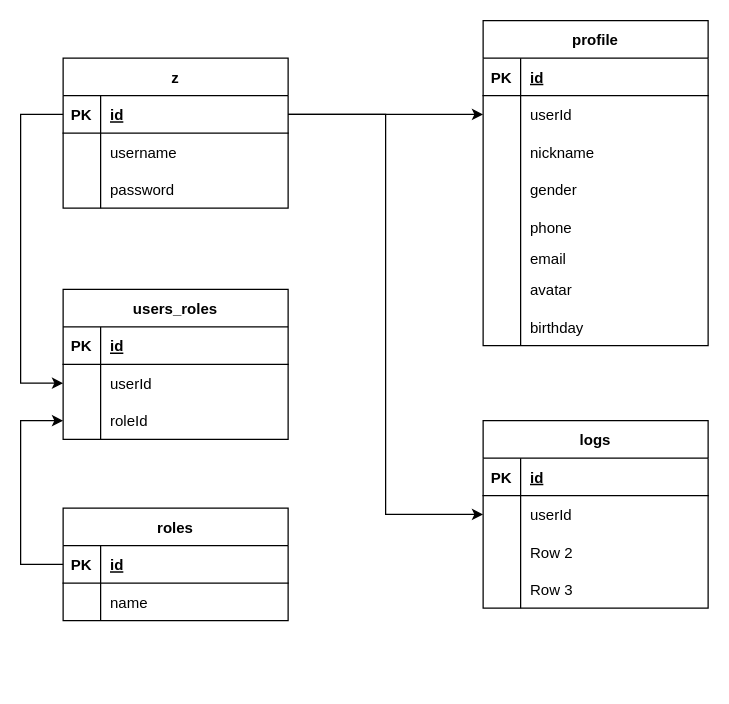
Earlier version of the draw.io diagram 未命名绘图.drawio (iceagejs/server). Source tidied: cells renumbered, new cells numbered last; positions are measured from the earlier drawing's top-left corner, leaving out a move shared by most shapes. Both pictures are drawn from the tidied source at 125%, with x=0, y=0 at pixel (20, 20).
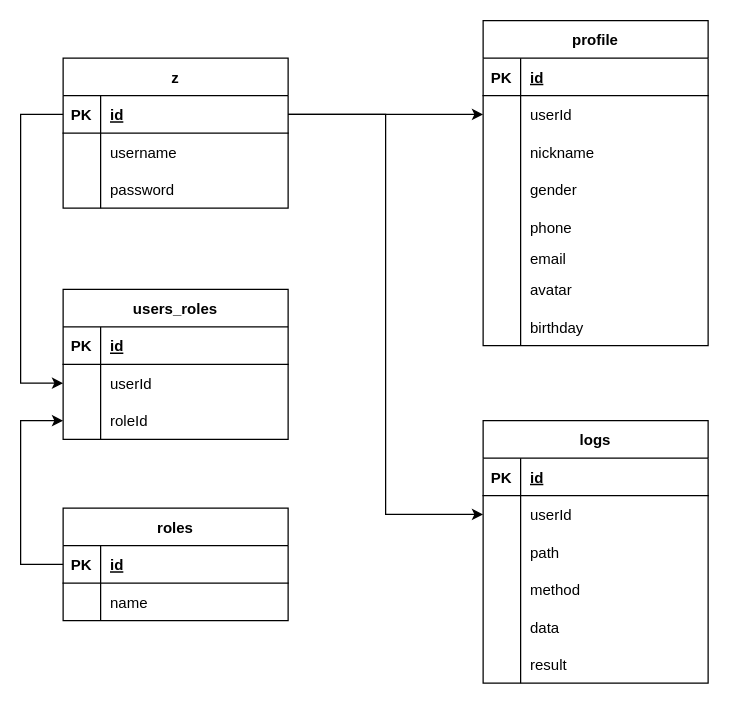
The same page after the edit.

The change refers to these unchanged cells:
```xml
<mxCell id="64" style="shape=tableRow;horizontal=0;startSize=0;swimlaneHead=0;swimlaneBody=0;fillColor=none;top=0;left=0;right=0;bottom=0;" parent="57" vertex="1">
  <mxGeometry y="90" width="180" height="30" as="geometry" />
</mxCell>
```

The edit, as a diff of the source:
```diff
@@
     <mxCell id="57" value="logs" style="shape=table;startSize=30;childLayout=tableLayout;rowLines=0;fontStyle=1;align=center;" parent="1" vertex="1">
-      <mxGeometry x="370" y="320" width="180" height="150" as="geometry" />
+      <mxGeometry x="370" y="320" width="180" height="210" as="geometry" />
     </mxCell>
@@
-    <mxCell id="66" value="Row 2" style="shape=partialRectangle;fillColor=none;top=0;left=0;bottom=0;right=0;align=left;spacingLeft=6;overflow=hidden;" parent="64" vertex="1">
+    <mxCell id="66" value="path" style="shape=partialRectangle;fillColor=none;top=0;left=0;bottom=0;right=0;align=left;spacingLeft=6;overflow=hidden;" parent="64" vertex="1">
       <mxGeometry x="30" width="150" height="30" as="geometry" />
     </mxCell>
+    <mxCell id="71" style="shape=tableRow;horizontal=0;startSize=0;swimlaneHead=0;swimlaneBody=0;fillColor=none;top=0;left=0;right=0;bottom=0;" parent="57" vertex="1">
+      <mxGeometry y="120" width="180" height="30" as="geometry" />
+    </mxCell>
+    <mxCell id="72" style="shape=partialRectangle;fillColor=none;top=0;left=0;bottom=0;right=0;overflow=hidden;" parent="71" vertex="1">
+      <mxGeometry width="30" height="30" as="geometry" />
+    </mxCell>
+    <mxCell id="73" value="method" style="shape=partialRectangle;fillColor=none;top=0;left=0;bottom=0;right=0;align=left;spacingLeft=6;overflow=hidden;" parent="71" vertex="1">
+      <mxGeometry x="30" width="150" height="30" as="geometry" />
+    </mxCell>
+    <mxCell id="74" style="shape=tableRow;horizontal=0;startSize=0;swimlaneHead=0;swimlaneBody=0;fillColor=none;top=0;left=0;right=0;bottom=0;" parent="57" vertex="1">
+      <mxGeometry y="150" width="180" height="30" as="geometry" />
+    </mxCell>
+    <mxCell id="75" style="shape=partialRectangle;fillColor=none;top=0;left=0;bottom=0;right=0;overflow=hidden;" parent="74" vertex="1">
+      <mxGeometry width="30" height="30" as="geometry" />
+    </mxCell>
+    <mxCell id="76" value="data" style="shape=partialRectangle;fillColor=none;top=0;left=0;bottom=0;right=0;align=left;spacingLeft=6;overflow=hidden;" parent="74" vertex="1">
+      <mxGeometry x="30" width="150" height="30" as="geometry" />
+    </mxCell>
     <mxCell id="67" style="shape=tableRow;horizontal=0;startSize=0;swimlaneHead=0;swimlaneBody=0;fillColor=none;top=0;left=0;right=0;bottom=0;" parent="57" vertex="1">
-      <mxGeometry y="120" width="180" height="30" as="geometry" />
+      <mxGeometry y="180" width="180" height="30" as="geometry" />
     </mxCell>
@@
-    <mxCell id="69" value="Row 3" style="shape=partialRectangle;fillColor=none;top=0;left=0;bottom=0;right=0;align=left;spacingLeft=6;overflow=hidden;" parent="67" vertex="1">
+    <mxCell id="69" value="result" style="shape=partialRectangle;fillColor=none;top=0;left=0;bottom=0;right=0;align=left;spacingLeft=6;overflow=hidden;" parent="67" vertex="1">
       <mxGeometry x="30" width="150" height="30" as="geometry" />
     </mxCell>
```
